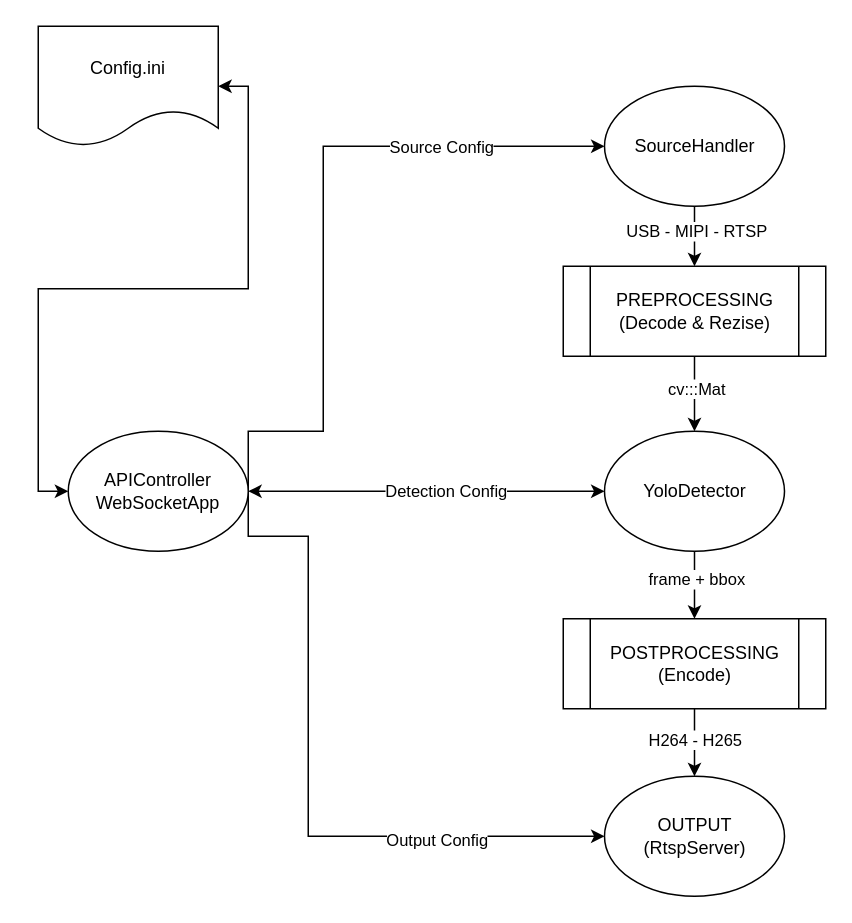
Before: DiagramArsitektur.drawio in BagaszPraa/SurveilanceCam, a draw.io diagram. Source tidied: cells renumbered, new cells numbered last; positions are measured from the earlier drawing's top-left corner, leaving out a move shared by most shapes. Both pictures are drawn from the tidied source at 150%, with x=0, y=0 at pixel (38, 26).
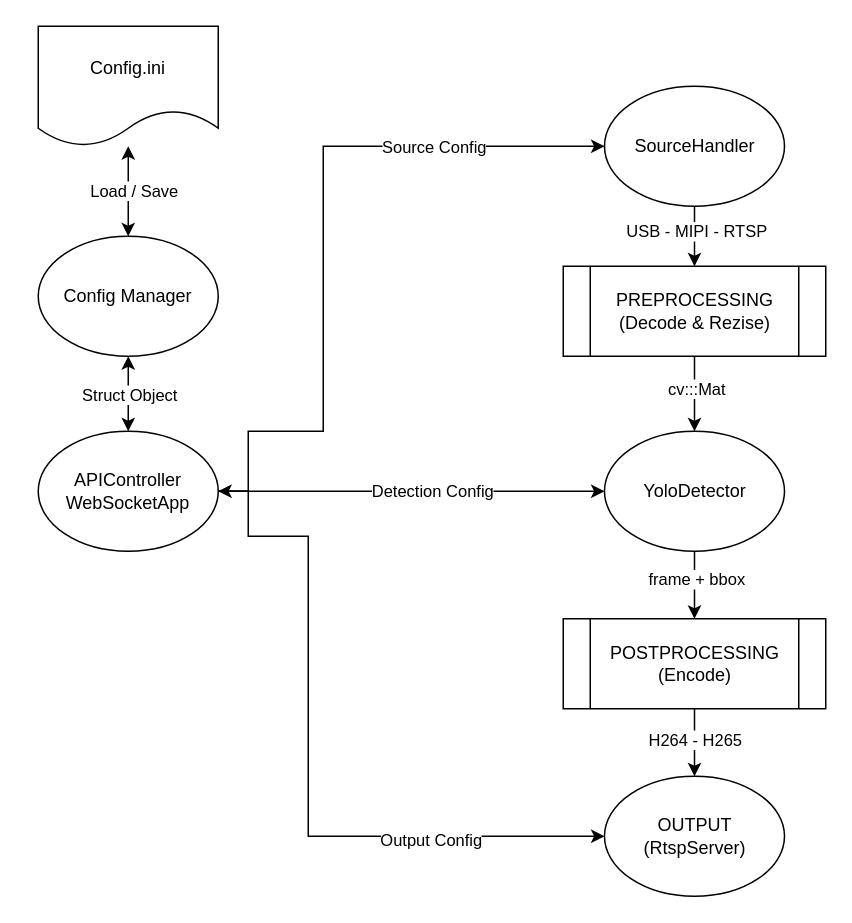
Above is the later version.

Unchanged cells that the change refers to:
```xml
<mxCell id="22" value="Config.ini" style="shape=document;whiteSpace=wrap;html=1;boundedLbl=1;" parent="1" vertex="1">
  <mxGeometry width="120" height="80" as="geometry" />
</mxCell>
```

What changed in the source:
```diff
@@
     <mxCell id="10" value="APIController&lt;div&gt;WebSocketApp&lt;/div&gt;" style="ellipse;whiteSpace=wrap;html=1;" parent="1" vertex="1">
-      <mxGeometry x="20" y="270" width="120" height="80" as="geometry" />
+      <mxGeometry y="270" width="120" height="80" as="geometry" />
     </mxCell>
@@
-    <mxCell id="21" style="edgeStyle=orthogonalEdgeStyle;rounded=0;jettySize=auto;html=1;exitX=1;exitY=0.5;exitDx=0;exitDy=0;entryX=0;entryY=0.5;entryDx=0;entryDy=0;startArrow=classic;startFill=1;" parent="1" edge="1" source="22" target="10">
-      <mxGeometry relative="1" as="geometry" />
-    </mxCell>
@@
+    <mxCell id="24" style="edgeStyle=orthogonalEdgeStyle;rounded=0;jettySize=auto;html=1;startArrow=classic;startFill=1;" parent="1" edge="1" source="28" target="22">
+      <mxGeometry relative="1" as="geometry" />
+    </mxCell>
+    <mxCell id="25" value="Load / Save" style="edgeLabel;html=1;align=center;verticalAlign=middle;" parent="24" vertex="1">
+      <mxGeometry x="0.03" y="-3" relative="1" as="geometry" />
+    </mxCell>
+    <mxCell id="26" style="edgeStyle=orthogonalEdgeStyle;rounded=0;jettySize=auto;html=1;exitX=0.5;exitY=1;exitDx=0;exitDy=0;entryX=0.5;entryY=0;entryDx=0;entryDy=0;startArrow=classic;startFill=1;" parent="1" edge="1" source="28" target="10">
+      <mxGeometry relative="1" as="geometry" />
+    </mxCell>
+    <mxCell id="27" value="Struct Object" style="edgeLabel;html=1;align=center;verticalAlign=middle;" parent="26" vertex="1">
+      <mxGeometry x="0.13" y="3" relative="1" as="geometry">
+        <mxPoint x="-3" y="-3" as="offset" />
+      </mxGeometry>
+    </mxCell>
+    <mxCell id="28" value="Config Manager" style="ellipse;whiteSpace=wrap;html=1;" parent="1" vertex="1">
+      <mxGeometry y="140" width="120" height="80" as="geometry" />
+    </mxCell>
```
